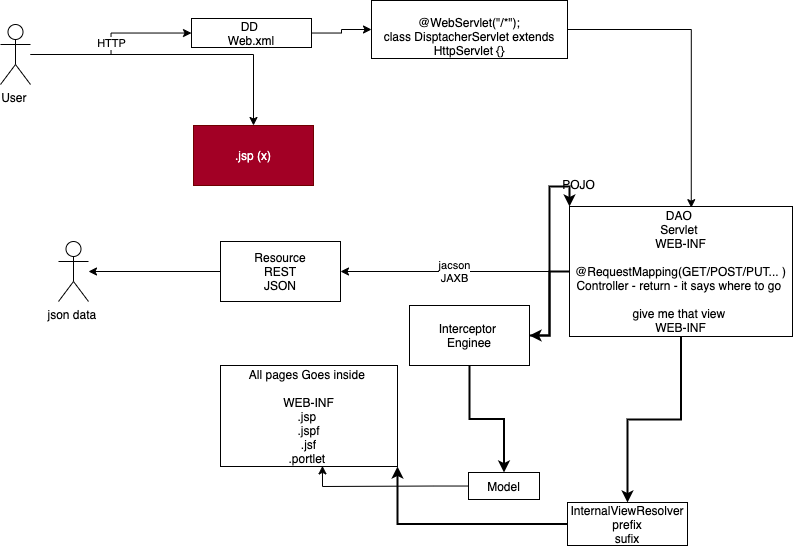
This is images/spring-mvc.drawio.png from adithnaveen/sapient-freshers-2021-jun-asde, a draw.io export, as it was before one commit. Source tidied: cells renumbered, new cells last; positions are measured from the earlier drawing's top-left corner, leaving out a move shared by most shapes.
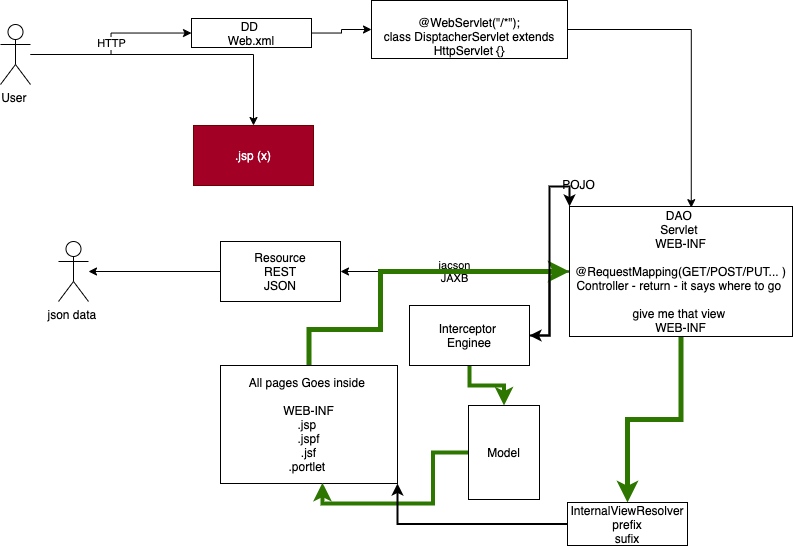
Later version of the same file.

Change to the diagram source:
```diff
@@ -32,7 +32,7 @@
     <mxCell id="11" style="edgeStyle=orthogonalEdgeStyle;rounded=0;jettySize=auto;html=1;strokeWidth=2;" parent="1" edge="1" source="13" target="23">
       <mxGeometry relative="1" as="geometry" />
     </mxCell>
-    <mxCell id="12" style="edgeStyle=orthogonalEdgeStyle;rounded=0;jettySize=auto;html=1;strokeWidth=2;" parent="1" edge="1" source="13" target="25">
+    <mxCell id="12" style="edgeStyle=orthogonalEdgeStyle;rounded=0;jettySize=auto;html=1;strokeWidth=5;fillColor=#60a917;strokeColor=#2D7600;" parent="1" edge="1" source="13" target="25">
       <mxGeometry relative="1" as="geometry" />
     </mxCell>
     <mxCell id="13" value="DAO&amp;nbsp;&lt;br&gt;Servlet&amp;nbsp;&lt;br&gt;WEB-INF&lt;br&gt;&lt;br&gt;@RequestMapping(GET/POST/PUT... )&lt;br&gt;Controller - return - it says where to go&amp;nbsp;&lt;br&gt;&lt;br&gt;give me that view&amp;nbsp;&lt;br&gt;WEB-INF" style="whiteSpace=wrap;html=1;" parent="1" vertex="1">
@@ -41,14 +41,23 @@
     <mxCell id="14" value=".jsp (x)" style="rounded=0;whiteSpace=wrap;html=1;fillColor=#a20025;strokeColor=#6F0000;fontColor=#ffffff;" parent="1" vertex="1">
       <mxGeometry x="193" y="125" width="120" height="60" as="geometry" />
     </mxCell>
+    <mxCell id="26" style="edgeStyle=orthogonalEdgeStyle;rounded=0;jettySize=auto;html=1;entryX=0;entryY=0.5;entryDx=0;entryDy=0;strokeWidth=5;fillColor=#60a917;strokeColor=#2D7600;" parent="1" edge="1" source="15" target="13">
+      <mxGeometry relative="1" as="geometry">
+        <Array as="points">
+          <mxPoint x="309" y="329" />
+          <mxPoint x="380" y="329" />
+          <mxPoint x="380" y="271" />
+        </Array>
+      </mxGeometry>
+    </mxCell>
     <mxCell id="15" value="All pages Goes inside &lt;br&gt;&lt;br&gt;WEB-INF&lt;br&gt;.jsp&amp;nbsp;&lt;br&gt;.jspf&lt;br&gt;.jsf&lt;br&gt;.portlet&amp;nbsp;" style="rounded=0;whiteSpace=wrap;html=1;" parent="1" vertex="1">
-      <mxGeometry x="220" y="365" width="177" height="101" as="geometry" />
+      <mxGeometry x="220" y="365" width="177" height="118" as="geometry" />
     </mxCell>
-    <mxCell id="16" style="edgeStyle=orthogonalEdgeStyle;rounded=0;jettySize=auto;html=1;entryX=0.576;entryY=0.994;entryDx=0;entryDy=0;entryPerimeter=0;" parent="1" edge="1" source="17" target="15">
+    <mxCell id="16" style="edgeStyle=orthogonalEdgeStyle;rounded=0;jettySize=auto;html=1;entryX=0.576;entryY=0.994;entryDx=0;entryDy=0;entryPerimeter=0;fillColor=#60a917;strokeColor=#2D7600;strokeWidth=4;" parent="1" edge="1" source="17" target="15">
       <mxGeometry relative="1" as="geometry" />
     </mxCell>
     <mxCell id="17" value="Model" style="rounded=0;whiteSpace=wrap;html=1;" parent="1" vertex="1">
-      <mxGeometry x="468" y="472" width="71" height="27" as="geometry" />
+      <mxGeometry x="468" y="405" width="71" height="94" as="geometry" />
     </mxCell>
     <mxCell id="18" style="edgeStyle=orthogonalEdgeStyle;rounded=0;jettySize=auto;html=1;" parent="1" edge="1" source="19" target="20">
       <mxGeometry relative="1" as="geometry" />
@@ -59,7 +68,7 @@
     <mxCell id="20" value="json data&amp;nbsp;" style="shape=umlActor;verticalLabelPosition=bottom;verticalAlign=top;html=1;outlineConnect=0;" parent="1" vertex="1">
       <mxGeometry x="58" y="241" width="30" height="60" as="geometry" />
     </mxCell>
-    <mxCell id="21" style="edgeStyle=orthogonalEdgeStyle;rounded=0;jettySize=auto;html=1;strokeWidth=2;" parent="1" edge="1" source="23" target="17">
+    <mxCell id="21" style="edgeStyle=orthogonalEdgeStyle;rounded=0;jettySize=auto;html=1;strokeWidth=4;fillColor=#60a917;strokeColor=#2D7600;" parent="1" edge="1" source="23" target="17">
       <mxGeometry relative="1" as="geometry" />
     </mxCell>
     <mxCell id="22" style="edgeStyle=orthogonalEdgeStyle;rounded=0;jettySize=auto;html=1;entryX=0;entryY=0;entryDx=0;entryDy=0;strokeWidth=2;" parent="1" edge="1" source="23" target="13">
```
